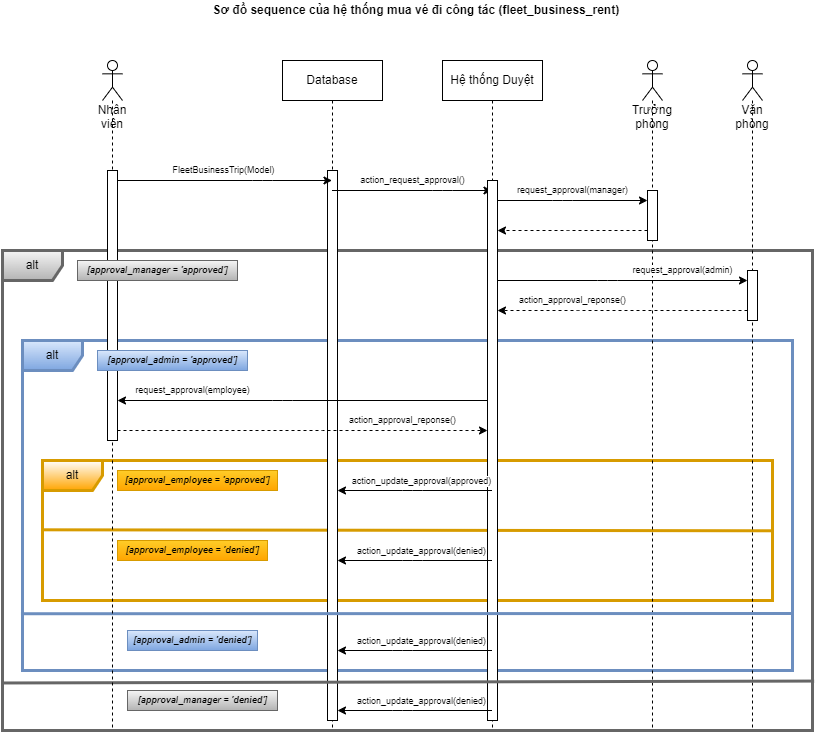
Earlier version of the draw.io export uml-diargrams/uml_sequence_fleet_business_rent.png (NgoHuuNghia/odoo15-digitalocean). Source tidied: cells renumbered, new cells last; positions are measured from the earlier drawing's top-left corner, leaving out a move shared by most shapes. The source it was exported from:
```xml
<mxGraphModel>
  <root>
    <mxCell id="0" />
    <mxCell id="1" parent="0" />
    <mxCell id="2" value="alt" style="shape=umlFrame;whiteSpace=wrap;html=1;fillColor=#f5f5f5;strokeColor=#666666;gradientColor=#b3b3b3;strokeWidth=3;fontColor=#000000;" parent="1" vertex="1">
      <mxGeometry y="250" width="810" height="480" as="geometry" />
    </mxCell>
    <mxCell id="3" value="alt" style="shape=umlFrame;whiteSpace=wrap;html=1;fillColor=default;strokeColor=#d79b00;gradientColor=#ffa500;strokeWidth=3;fontColor=#000000;swimlaneFillColor=none;perimeterSpacing=0;shadow=0;noLabel=0;portConstraintRotation=0;fixDash=0;comic=0;" parent="1" vertex="1">
      <mxGeometry x="40" y="460" width="730" height="140" as="geometry" />
    </mxCell>
    <mxCell id="4" value="alt" style="shape=umlFrame;whiteSpace=wrap;html=1;fillColor=#dae8fc;strokeColor=#6c8ebf;gradientColor=#7ea6e0;strokeWidth=3;fontColor=#000000;" parent="1" vertex="1">
      <mxGeometry x="20" y="340" width="770" height="330" as="geometry" />
    </mxCell>
    <mxCell id="5" style="endArrow=none;html=1;fontSize=9;fontColor=#000000;strokeWidth=3;entryX=1;entryY=0.502;entryDx=0;entryDy=0;entryPerimeter=0;exitX=-0.002;exitY=0.495;exitDx=0;exitDy=0;exitPerimeter=0;fillColor=#ffcd28;gradientColor=#ffa500;strokeColor=#d79b00;endSize=6;" parent="1" edge="1" source="3" target="3">
      <mxGeometry relative="1" as="geometry" />
    </mxCell>
    <mxCell id="6" value="&lt;span&gt;Sơ đồ&amp;nbsp;&lt;/span&gt;sequence của hệ thống mua vé đi công tác (fleet_business_rent)&amp;nbsp;" style="text;html=1;align=center;verticalAlign=middle;strokeColor=none;fillColor=none;fontStyle=1;" parent="1" vertex="1">
      <mxGeometry x="200" width="430" height="20" as="geometry" />
    </mxCell>
    <mxCell id="7" value="Database" style="shape=umlLifeline;perimeter=lifelinePerimeter;whiteSpace=wrap;html=1;outlineConnect=0;" parent="1" vertex="1">
      <mxGeometry x="280" y="60" width="100" height="670" as="geometry" />
    </mxCell>
    <mxCell id="8" style="html=1;points=[];perimeter=orthogonalPerimeter;fontSize=9;strokeWidth=1;" parent="7" vertex="1">
      <mxGeometry x="45" y="110" width="10" height="550" as="geometry" />
    </mxCell>
    <mxCell id="9" value="Hệ thống Duyệt" style="shape=umlLifeline;perimeter=lifelinePerimeter;whiteSpace=wrap;html=1;outlineConnect=0;" parent="1" vertex="1">
      <mxGeometry x="440" y="60" width="100" height="670" as="geometry" />
    </mxCell>
    <mxCell id="10" value="action_request_approval()" style="edgeStyle=none;html=1;fontSize=9;" parent="9" edge="1" source="7">
      <mxGeometry x="0.01" y="10" relative="1" as="geometry">
        <mxPoint x="49.5" y="130" as="targetPoint" />
        <Array as="points">
          <mxPoint y="130" />
        </Array>
      </mxGeometry>
    </mxCell>
    <mxCell id="11" style="html=1;points=[];perimeter=orthogonalPerimeter;" parent="9" vertex="1">
      <mxGeometry x="45" y="120" width="10" height="540" as="geometry" />
    </mxCell>
    <mxCell id="12" value="FleetBusinessTrip(Model)" style="edgeStyle=none;html=1;fontSize=9;" parent="1" edge="1" source="37" target="7">
      <mxGeometry y="10" relative="1" as="geometry">
        <Array as="points">
          <mxPoint x="260" y="180" />
        </Array>
      </mxGeometry>
    </mxCell>
    <mxCell id="13" value="Trưởng phòng&lt;br&gt;" style="shape=umlLifeline;participant=umlActor;perimeter=lifelinePerimeter;whiteSpace=wrap;html=1;verticalAlign=top;spacingTop=36;" parent="1" vertex="1">
      <mxGeometry x="640" y="60" width="20" height="670" as="geometry" />
    </mxCell>
    <mxCell id="14" style="html=1;points=[];perimeter=orthogonalPerimeter;" parent="13" vertex="1">
      <mxGeometry x="5" y="130" width="10" height="50" as="geometry" />
    </mxCell>
    <mxCell id="15" value="Văn phòng&lt;br&gt;" style="shape=umlLifeline;participant=umlActor;perimeter=lifelinePerimeter;whiteSpace=wrap;html=1;verticalAlign=top;spacingTop=36;" parent="1" vertex="1">
      <mxGeometry x="740" y="60" width="20" height="670" as="geometry" />
    </mxCell>
    <mxCell id="16" style="html=1;points=[];perimeter=orthogonalPerimeter;" parent="15" vertex="1">
      <mxGeometry x="5" y="210" width="10" height="50" as="geometry" />
    </mxCell>
    <mxCell id="17" value="[approval_employee = 'approved']" style="text;html=1;align=center;verticalAlign=middle;strokeColor=#d79b00;fillColor=#ffcd28;fontSize=9;fontStyle=3;gradientColor=#ffa500;fontColor=#000000;" parent="1" vertex="1">
      <mxGeometry x="115" y="470" width="160" height="20" as="geometry" />
    </mxCell>
    <mxCell id="18" value="[approval_employee = 'denied']" style="text;html=1;align=center;verticalAlign=middle;strokeColor=#d79b00;fillColor=#ffcd28;fontSize=9;fontStyle=3;gradientColor=#ffa500;fontColor=#000000;" parent="1" vertex="1">
      <mxGeometry x="115" y="540" width="150" height="20" as="geometry" />
    </mxCell>
    <mxCell id="19" style="edgeStyle=none;html=1;fontSize=9;fontColor=#FFFFFF;strokeWidth=1;" parent="1" edge="1" source="9" target="8">
      <mxGeometry relative="1" as="geometry">
        <Array as="points">
          <mxPoint x="410" y="560" />
        </Array>
      </mxGeometry>
    </mxCell>
    <mxCell id="20" value="action_update_approval(denied)" style="edgeLabel;html=1;align=center;verticalAlign=middle;fontSize=9;fontColor=default;" parent="19" vertex="1">
      <mxGeometry x="0.21" y="-1" relative="1" as="geometry">
        <mxPoint x="22" y="-9" as="offset" />
      </mxGeometry>
    </mxCell>
    <mxCell id="21" style="edgeStyle=none;html=1;fontSize=9;fontColor=default;strokeWidth=1;" parent="1" edge="1" source="9" target="8">
      <mxGeometry relative="1" as="geometry">
        <Array as="points">
          <mxPoint x="400" y="650" />
        </Array>
      </mxGeometry>
    </mxCell>
    <mxCell id="22" value="action_update_approval(denied)" style="edgeLabel;html=1;align=center;verticalAlign=middle;fontSize=9;fontColor=default;" parent="21" vertex="1">
      <mxGeometry x="0.21" y="-1" relative="1" as="geometry">
        <mxPoint x="22" y="-9" as="offset" />
      </mxGeometry>
    </mxCell>
    <mxCell id="23" style="endArrow=none;html=1;strokeWidth=3;exitX=-0.002;exitY=0.828;exitDx=0;exitDy=0;exitPerimeter=0;fillColor=#dae8fc;gradientColor=#7ea6e0;strokeColor=#6c8ebf;" parent="1" edge="1" source="4">
      <mxGeometry relative="1" as="geometry">
        <mxPoint x="790" y="613" as="targetPoint" />
      </mxGeometry>
    </mxCell>
    <mxCell id="24" value="[approval_admin = 'denied']" style="text;html=1;align=center;verticalAlign=middle;strokeColor=#6c8ebf;fillColor=#dae8fc;fontSize=9;fontStyle=3;gradientColor=#7ea6e0;fontColor=#000000;" parent="1" vertex="1">
      <mxGeometry x="125" y="630" width="130" height="20" as="geometry" />
    </mxCell>
    <mxCell id="25" style="edgeStyle=none;html=1;fontSize=9;fontColor=#FFFFFF;strokeWidth=1;" parent="1" edge="1" source="9" target="8">
      <mxGeometry relative="1" as="geometry">
        <Array as="points">
          <mxPoint x="400" y="710" />
        </Array>
      </mxGeometry>
    </mxCell>
    <mxCell id="26" value="action_update_approval(denied)" style="edgeLabel;html=1;align=center;verticalAlign=middle;fontSize=9;fontColor=default;" parent="25" vertex="1">
      <mxGeometry x="0.21" y="-1" relative="1" as="geometry">
        <mxPoint x="22" y="-9" as="offset" />
      </mxGeometry>
    </mxCell>
    <mxCell id="27" style="endArrow=none;html=1;strokeWidth=3;exitX=-0.001;exitY=0.901;exitDx=0;exitDy=0;exitPerimeter=0;entryX=1.002;entryY=0.897;entryDx=0;entryDy=0;entryPerimeter=0;fillColor=#f5f5f5;gradientColor=#b3b3b3;strokeColor=#666666;" parent="1" edge="1" source="2" target="2">
      <mxGeometry relative="1" as="geometry" />
    </mxCell>
    <mxCell id="28" value="[approval_manager = 'denied']" style="text;html=1;align=center;verticalAlign=middle;strokeColor=#666666;fillColor=#f5f5f5;fontSize=9;fontStyle=3;gradientColor=#b3b3b3;fontColor=#000000;" parent="1" vertex="1">
      <mxGeometry x="125" y="690" width="150" height="20" as="geometry" />
    </mxCell>
    <mxCell id="29" value="request_approval(manager)" style="edgeStyle=none;html=1;fontSize=9;" parent="1" edge="1" source="11" target="14">
      <mxGeometry x="0.01" y="10" relative="1" as="geometry">
        <Array as="points">
          <mxPoint x="560" y="200" />
        </Array>
      </mxGeometry>
    </mxCell>
    <mxCell id="30" value="&lt;span style=&quot;color: rgb(255 , 255 , 255)&quot;&gt;action_approval_reponse()&lt;/span&gt;" style="edgeStyle=none;html=1;fontSize=9;dashed=1;" parent="1" edge="1" source="14" target="11">
      <mxGeometry y="-10" relative="1" as="geometry">
        <Array as="points">
          <mxPoint x="575" y="230" />
        </Array>
      </mxGeometry>
    </mxCell>
    <mxCell id="31" value="&lt;span style=&quot;&quot;&gt;request_approval(admin)&lt;/span&gt;" style="edgeStyle=none;html=1;fontSize=9;fontColor=default;" parent="1" edge="1" source="11" target="16">
      <mxGeometry x="0.48" y="10" relative="1" as="geometry">
        <Array as="points">
          <mxPoint x="605" y="280" />
        </Array>
      </mxGeometry>
    </mxCell>
    <mxCell id="32" value="&lt;span style=&quot;&quot;&gt;action_approval_reponse()&lt;/span&gt;" style="edgeStyle=none;html=1;fontSize=9;dashed=1;fontColor=default;" parent="1" edge="1" source="16" target="11">
      <mxGeometry x="0.4" y="-10" relative="1" as="geometry">
        <Array as="points">
          <mxPoint x="585" y="310" />
        </Array>
      </mxGeometry>
    </mxCell>
    <mxCell id="33" value="&lt;span style=&quot;&quot;&gt;request_approval(employee)&lt;/span&gt;" style="edgeStyle=none;html=1;fontSize=9;fontColor=default;" parent="1" edge="1" source="11" target="38">
      <mxGeometry x="0.59" y="-10" relative="1" as="geometry">
        <Array as="points">
          <mxPoint x="280" y="400" />
        </Array>
      </mxGeometry>
    </mxCell>
    <mxCell id="34" value="&lt;span style=&quot;&quot;&gt;action_approval_reponse()&lt;/span&gt;" style="edgeStyle=none;html=1;fontSize=9;dashed=1;fontColor=default;" parent="1" edge="1" source="38" target="11">
      <mxGeometry x="0.54" y="10" relative="1" as="geometry">
        <Array as="points">
          <mxPoint x="310" y="430" />
        </Array>
      </mxGeometry>
    </mxCell>
    <mxCell id="35" style="edgeStyle=none;html=1;fontSize=9;fontColor=#FFFFFF;strokeWidth=1;" parent="1" edge="1" source="9" target="8">
      <mxGeometry relative="1" as="geometry">
        <Array as="points">
          <mxPoint x="410" y="490" />
        </Array>
      </mxGeometry>
    </mxCell>
    <mxCell id="36" value="action_update_approval(approved)" style="edgeLabel;html=1;align=center;verticalAlign=middle;fontSize=9;fontColor=default;" parent="35" vertex="1">
      <mxGeometry x="0.21" y="-1" relative="1" as="geometry">
        <mxPoint x="22" y="-9" as="offset" />
      </mxGeometry>
    </mxCell>
    <mxCell id="37" value="Nhân viên" style="shape=umlLifeline;participant=umlActor;perimeter=lifelinePerimeter;whiteSpace=wrap;html=1;verticalAlign=top;spacingTop=36;outlineConnect=0;" parent="1" vertex="1">
      <mxGeometry x="100" y="60" width="20" height="670" as="geometry" />
    </mxCell>
    <mxCell id="38" style="html=1;points=[];perimeter=orthogonalPerimeter;" parent="37" vertex="1">
      <mxGeometry x="5" y="110" width="10" height="270" as="geometry" />
    </mxCell>
    <mxCell id="39" value="&lt;i&gt;[approval_manager = 'approved']&lt;/i&gt;" style="text;html=1;align=center;verticalAlign=middle;strokeColor=#666666;fillColor=#f5f5f5;fontSize=9;fontStyle=1;gradientColor=#b3b3b3;fontColor=#000000;" parent="1" vertex="1">
      <mxGeometry x="75" y="260" width="160" height="20" as="geometry" />
    </mxCell>
    <mxCell id="40" value="&lt;font color=&quot;#000000&quot;&gt;[approval_admin = 'approved']&lt;/font&gt;" style="text;html=1;align=center;verticalAlign=middle;strokeColor=#6c8ebf;fillColor=#dae8fc;fontSize=9;fontStyle=3;gradientColor=#7ea6e0;" parent="1" vertex="1">
      <mxGeometry x="95" y="350" width="150" height="20" as="geometry" />
    </mxCell>
  </root>
</mxGraphModel>
```
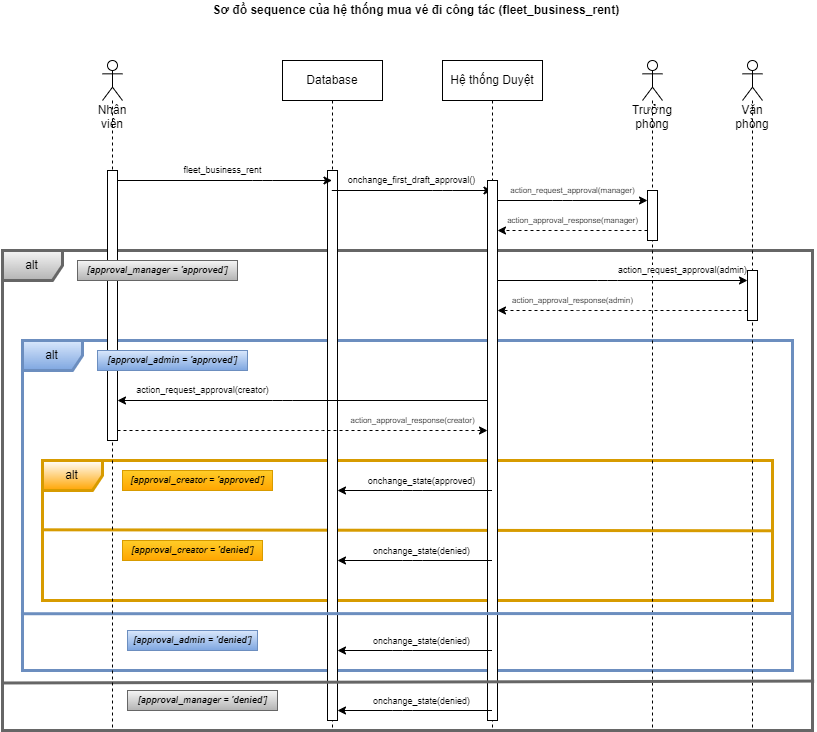
The same file after the commit.

What changed in the source:
```diff
@@ -26,7 +26,7 @@
     <mxCell id="9" value="Hệ thống Duyệt" style="shape=umlLifeline;perimeter=lifelinePerimeter;whiteSpace=wrap;html=1;outlineConnect=0;" parent="1" vertex="1">
       <mxGeometry x="440" y="60" width="100" height="670" as="geometry" />
     </mxCell>
-    <mxCell id="10" value="action_request_approval()" style="edgeStyle=none;html=1;fontSize=9;" parent="9" edge="1" source="7">
+    <mxCell id="10" value="&lt;span style=&quot;font-size: 9px ; text-align: left&quot;&gt;onchange_first_draft_approval()&lt;/span&gt;" style="edgeStyle=none;html=1;fontSize=9;" parent="9" edge="1" source="7">
       <mxGeometry x="0.01" y="10" relative="1" as="geometry">
         <mxPoint x="49.5" y="130" as="targetPoint" />
         <Array as="points">
@@ -37,7 +37,7 @@
     <mxCell id="11" style="html=1;points=[];perimeter=orthogonalPerimeter;" parent="9" vertex="1">
       <mxGeometry x="45" y="120" width="10" height="540" as="geometry" />
     </mxCell>
-    <mxCell id="12" value="FleetBusinessTrip(Model)" style="edgeStyle=none;html=1;fontSize=9;" parent="1" edge="1" source="37" target="7">
+    <mxCell id="12" value="&lt;span style=&quot;font-size: 9px&quot;&gt;fleet_business_rent&lt;/span&gt;" style="edgeStyle=none;html=1;fontSize=9;fontStyle=0;" parent="1" edge="1" source="37" target="7">
       <mxGeometry y="10" relative="1" as="geometry">
         <Array as="points">
           <mxPoint x="260" y="180" />
@@ -56,11 +56,11 @@
     <mxCell id="16" style="html=1;points=[];perimeter=orthogonalPerimeter;" parent="15" vertex="1">
       <mxGeometry x="5" y="210" width="10" height="50" as="geometry" />
     </mxCell>
-    <mxCell id="17" value="[approval_employee = 'approved']" style="text;html=1;align=center;verticalAlign=middle;strokeColor=#d79b00;fillColor=#ffcd28;fontSize=9;fontStyle=3;gradientColor=#ffa500;fontColor=#000000;" parent="1" vertex="1">
-      <mxGeometry x="115" y="470" width="160" height="20" as="geometry" />
+    <mxCell id="17" value="[approval_creator = 'approved']" style="text;html=1;align=center;verticalAlign=middle;strokeColor=#d79b00;fillColor=#ffcd28;fontSize=9;fontStyle=3;gradientColor=#ffa500;fontColor=#000000;" parent="1" vertex="1">
+      <mxGeometry x="120" y="470" width="150" height="20" as="geometry" />
     </mxCell>
-    <mxCell id="18" value="[approval_employee = 'denied']" style="text;html=1;align=center;verticalAlign=middle;strokeColor=#d79b00;fillColor=#ffcd28;fontSize=9;fontStyle=3;gradientColor=#ffa500;fontColor=#000000;" parent="1" vertex="1">
-      <mxGeometry x="115" y="540" width="150" height="20" as="geometry" />
+    <mxCell id="18" value="[approval_creator = 'denied']" style="text;html=1;align=center;verticalAlign=middle;strokeColor=#d79b00;fillColor=#ffcd28;fontSize=9;fontStyle=3;gradientColor=#ffa500;fontColor=#000000;" parent="1" vertex="1">
+      <mxGeometry x="120" y="540" width="140" height="20" as="geometry" />
     </mxCell>
     <mxCell id="19" style="edgeStyle=none;html=1;fontSize=9;fontColor=#FFFFFF;strokeWidth=1;" parent="1" edge="1" source="9" target="8">
       <mxGeometry relative="1" as="geometry">
@@ -69,7 +69,7 @@
         </Array>
       </mxGeometry>
     </mxCell>
-    <mxCell id="20" value="action_update_approval(denied)" style="edgeLabel;html=1;align=center;verticalAlign=middle;fontSize=9;fontColor=default;" parent="19" vertex="1">
+    <mxCell id="20" value="&lt;span style=&quot;text-align: left&quot;&gt;onchange_state&lt;/span&gt;(denied)" style="edgeLabel;html=1;align=center;verticalAlign=middle;fontSize=9;fontColor=default;" parent="19" vertex="1">
       <mxGeometry x="0.21" y="-1" relative="1" as="geometry">
         <mxPoint x="22" y="-9" as="offset" />
       </mxGeometry>
@@ -81,7 +81,7 @@
         </Array>
       </mxGeometry>
     </mxCell>
-    <mxCell id="22" value="action_update_approval(denied)" style="edgeLabel;html=1;align=center;verticalAlign=middle;fontSize=9;fontColor=default;" parent="21" vertex="1">
+    <mxCell id="22" value="&lt;span style=&quot;text-align: left&quot;&gt;onchange_state&lt;/span&gt;(denied)" style="edgeLabel;html=1;align=center;verticalAlign=middle;fontSize=9;fontColor=default;" parent="21" vertex="1">
       <mxGeometry x="0.21" y="-1" relative="1" as="geometry">
         <mxPoint x="22" y="-9" as="offset" />
       </mxGeometry>
@@ -101,7 +101,7 @@
         </Array>
       </mxGeometry>
     </mxCell>
-    <mxCell id="26" value="action_update_approval(denied)" style="edgeLabel;html=1;align=center;verticalAlign=middle;fontSize=9;fontColor=default;" parent="25" vertex="1">
+    <mxCell id="26" value="&lt;span style=&quot;text-align: left&quot;&gt;onchange_state&lt;/span&gt;(denied)" style="edgeLabel;html=1;align=center;verticalAlign=middle;fontSize=9;fontColor=default;" parent="25" vertex="1">
       <mxGeometry x="0.21" y="-1" relative="1" as="geometry">
         <mxPoint x="22" y="-9" as="offset" />
       </mxGeometry>
@@ -112,43 +112,43 @@
     <mxCell id="28" value="[approval_manager = 'denied']" style="text;html=1;align=center;verticalAlign=middle;strokeColor=#666666;fillColor=#f5f5f5;fontSize=9;fontStyle=3;gradientColor=#b3b3b3;fontColor=#000000;" parent="1" vertex="1">
       <mxGeometry x="125" y="690" width="150" height="20" as="geometry" />
     </mxCell>
-    <mxCell id="29" value="request_approval(manager)" style="edgeStyle=none;html=1;fontSize=9;" parent="1" edge="1" source="11" target="14">
-      <mxGeometry x="0.01" y="10" relative="1" as="geometry">
+    <mxCell id="29" value="&lt;span style=&quot;text-align: left; font-size: 8px;&quot;&gt;action_request_approval&lt;/span&gt;(manager)" style="edgeStyle=none;html=1;fontSize=8;" parent="1" edge="1" source="11" target="14">
+      <mxGeometry y="10" relative="1" as="geometry">
         <Array as="points">
           <mxPoint x="560" y="200" />
         </Array>
       </mxGeometry>
     </mxCell>
-    <mxCell id="30" value="&lt;span style=&quot;color: rgb(255 , 255 , 255)&quot;&gt;action_approval_reponse()&lt;/span&gt;" style="edgeStyle=none;html=1;fontSize=9;dashed=1;" parent="1" edge="1" source="14" target="11">
+    <mxCell id="30" value="&lt;span style=&quot;font-size: 8px; text-align: left;&quot;&gt;action_approval_response(manager)&lt;/span&gt;" style="edgeStyle=none;html=1;fontSize=8;dashed=1;" parent="1" edge="1" source="14" target="11">
       <mxGeometry y="-10" relative="1" as="geometry">
         <Array as="points">
           <mxPoint x="575" y="230" />
         </Array>
       </mxGeometry>
     </mxCell>
-    <mxCell id="31" value="&lt;span style=&quot;&quot;&gt;request_approval(admin)&lt;/span&gt;" style="edgeStyle=none;html=1;fontSize=9;fontColor=default;" parent="1" edge="1" source="11" target="16">
+    <mxCell id="31" value="&lt;span style=&quot;text-align: left&quot;&gt;action_request_approval&lt;/span&gt;&lt;span&gt;(admin)&lt;/span&gt;" style="edgeStyle=none;html=1;fontSize=9;fontColor=default;" parent="1" edge="1" source="11" target="16">
       <mxGeometry x="0.48" y="10" relative="1" as="geometry">
         <Array as="points">
           <mxPoint x="605" y="280" />
         </Array>
       </mxGeometry>
     </mxCell>
-    <mxCell id="32" value="&lt;span style=&quot;&quot;&gt;action_approval_reponse()&lt;/span&gt;" style="edgeStyle=none;html=1;fontSize=9;dashed=1;fontColor=default;" parent="1" edge="1" source="16" target="11">
+    <mxCell id="32" value="&lt;span style=&quot;font-size: 8px ; text-align: left&quot;&gt;action_approval_response(admin)&lt;/span&gt;" style="edgeStyle=none;html=1;fontSize=9;dashed=1;fontColor=default;" parent="1" edge="1" source="16" target="11">
       <mxGeometry x="0.4" y="-10" relative="1" as="geometry">
         <Array as="points">
           <mxPoint x="585" y="310" />
         </Array>
       </mxGeometry>
     </mxCell>
-    <mxCell id="33" value="&lt;span style=&quot;&quot;&gt;request_approval(employee)&lt;/span&gt;" style="edgeStyle=none;html=1;fontSize=9;fontColor=default;" parent="1" edge="1" source="11" target="38">
-      <mxGeometry x="0.59" y="-10" relative="1" as="geometry">
+    <mxCell id="33" value="&lt;span style=&quot;text-align: left&quot;&gt;action_request_approval&lt;/span&gt;&lt;span&gt;(creator)&lt;/span&gt;" style="edgeStyle=none;html=1;fontSize=9;fontColor=default;" parent="1" edge="1" source="11" target="38">
+      <mxGeometry x="0.54" y="-10" relative="1" as="geometry">
         <Array as="points">
           <mxPoint x="280" y="400" />
         </Array>
       </mxGeometry>
     </mxCell>
-    <mxCell id="34" value="&lt;span style=&quot;&quot;&gt;action_approval_reponse()&lt;/span&gt;" style="edgeStyle=none;html=1;fontSize=9;dashed=1;fontColor=default;" parent="1" edge="1" source="38" target="11">
-      <mxGeometry x="0.54" y="10" relative="1" as="geometry">
+    <mxCell id="34" value="&lt;span style=&quot;font-size: 8px ; text-align: left&quot;&gt;action_approval_response(creator)&lt;/span&gt;" style="edgeStyle=none;html=1;fontSize=9;dashed=1;fontColor=default;" parent="1" edge="1" source="38" target="11">
+      <mxGeometry x="0.59" y="10" relative="1" as="geometry">
         <Array as="points">
           <mxPoint x="310" y="430" />
         </Array>
@@ -161,7 +161,7 @@
         </Array>
       </mxGeometry>
     </mxCell>
-    <mxCell id="36" value="action_update_approval(approved)" style="edgeLabel;html=1;align=center;verticalAlign=middle;fontSize=9;fontColor=default;" parent="35" vertex="1">
+    <mxCell id="36" value="&lt;span style=&quot;text-align: left&quot;&gt;onchange_state&lt;/span&gt;(approved)" style="edgeLabel;html=1;align=center;verticalAlign=middle;fontSize=9;fontColor=default;" parent="35" vertex="1">
       <mxGeometry x="0.21" y="-1" relative="1" as="geometry">
         <mxPoint x="22" y="-9" as="offset" />
       </mxGeometry>
```
